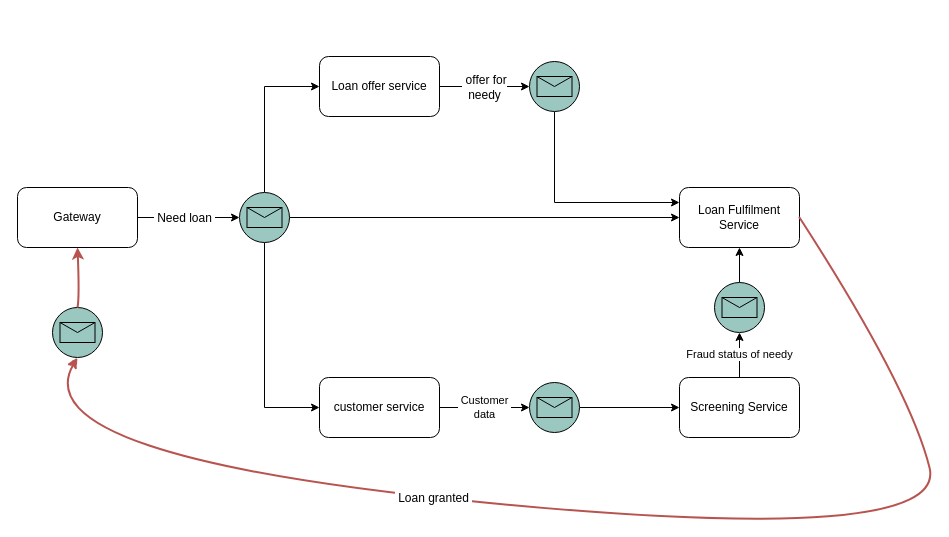
The draw.io diagram docs/LoanFulfilment.drawio in loanfulfilment/commons, before the edit. Source tidied: cells renumbered, new cells numbered last; positions are measured from the earlier drawing's top-left corner, leaving out a move shared by most shapes. Both pictures are drawn from the tidied source at 100%, with x=0, y=0 at pixel (17, 56).
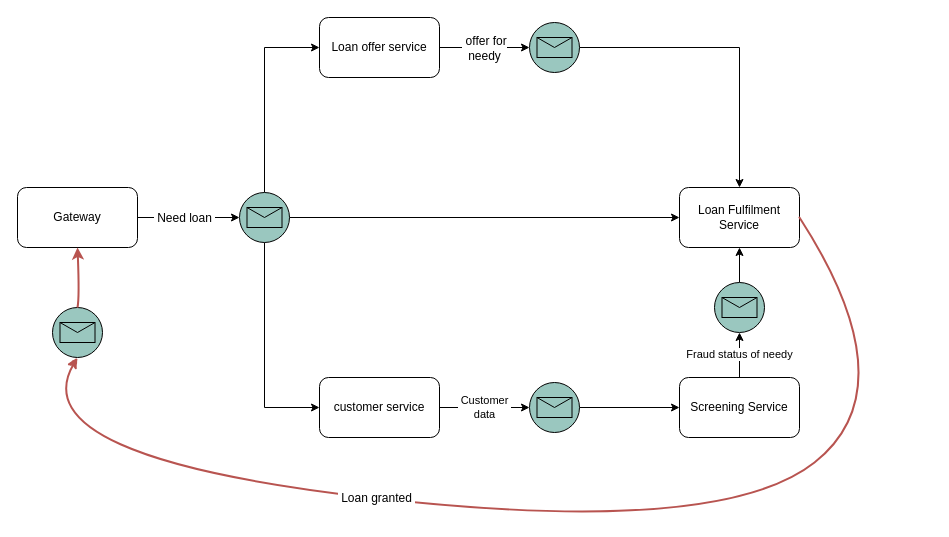
The same diagram, later.

Unchanged cells that the change refers to:
```xml
<mxCell id="13" value="Loan Fulfilment &lt;br&gt;Service" style="rounded=1;whiteSpace=wrap;html=1;" parent="1" vertex="1">
  <mxGeometry x="662" y="131" width="120" height="60" as="geometry" />
</mxCell>
<mxCell id="22" style="shape=mxgraph.bpmn.shape;html=1;verticalLabelPosition=bottom;labelBackgroundColor=#ffffff;verticalAlign=top;align=center;perimeter=ellipsePerimeter;outlineConnect=0;outline=standard;symbol=message;fillColor=#9AC7BF;" parent="1" vertex="1">
  <mxGeometry x="35" y="251" width="50" height="50" as="geometry" />
</mxCell>
```

What changed in the source:
```diff
@@
     <mxCell id="4" value="Loan offer service" style="rounded=1;whiteSpace=wrap;html=1;" parent="1" vertex="1">
-      <mxGeometry x="302" width="120" height="60" as="geometry" />
+      <mxGeometry x="302" y="-39" width="120" height="60" as="geometry" />
     </mxCell>
@@
-    <mxCell id="19" style="edgeStyle=orthogonalEdgeStyle;rounded=0;jettySize=auto;html=1;entryX=0;entryY=0.25;entryDx=0;entryDy=0;startArrow=none;startFill=0;endArrow=classic;endFill=1;" parent="1" edge="1" source="20" target="13">
+    <mxCell id="19" style="edgeStyle=orthogonalEdgeStyle;rounded=0;jettySize=auto;html=1;entryX=0.5;entryY=0;entryDx=0;entryDy=0;startArrow=none;startFill=0;endArrow=classic;endFill=1;exitX=1;exitY=0.5;exitDx=0;exitDy=0;" parent="1" edge="1" source="20" target="13">
       <mxGeometry relative="1" as="geometry">
         <Array as="points">
-          <mxPoint x="537" y="146" />
+          <mxPoint x="722" y="-9" />
         </Array>
       </mxGeometry>
     </mxCell>
     <mxCell id="20" style="shape=mxgraph.bpmn.shape;html=1;verticalLabelPosition=bottom;labelBackgroundColor=#ffffff;verticalAlign=top;align=center;perimeter=ellipsePerimeter;outlineConnect=0;outline=standard;symbol=message;fillColor=#9AC7BF;" parent="1" vertex="1">
-      <mxGeometry x="512" y="5" width="50" height="50" as="geometry" />
+      <mxGeometry x="512" y="-34" width="50" height="50" as="geometry" />
     </mxCell>
@@
     <mxCell id="25" style="curved=1;endArrow=classic;html=1;exitX=1;exitY=0.5;exitDx=0;exitDy=0;entryX=0.5;entryY=1;entryDx=0;entryDy=0;fillColor=#f8cecc;strokeColor=#b85450;shadow=0;comic=1;strokeWidth=2;" parent="1" edge="1" source="13" target="22">
       <mxGeometry relative="1" as="geometry">
         <Array as="points">
           <mxPoint x="892" y="331" />
-          <mxPoint x="932" y="491" />
+          <mxPoint x="702" y="481" />
           <mxPoint x="2" y="401" />
         </Array>
       </mxGeometry>
     </mxCell>
```
